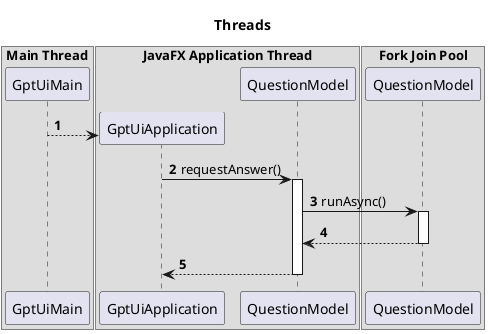
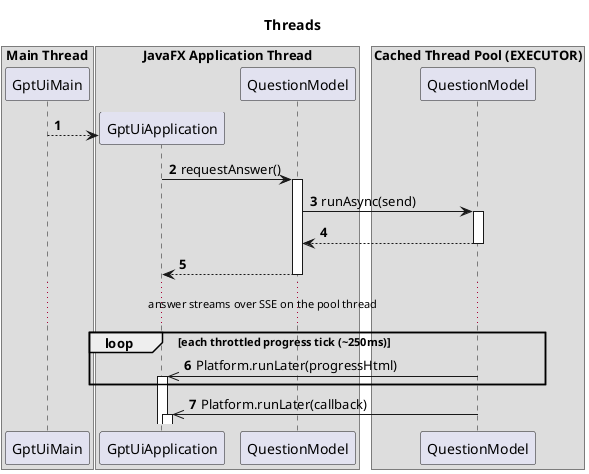
@startuml
title Threads

autonumber
autoactivate on

box Main Thread
participant GptUiMain
end box

box JavaFX Application Thread
participant GptUiApplication
participant QuestionModel as QuestionModelFx
end box

- box Fork Join Pool
+ box Cached Thread Pool (EXECUTOR)
participant QuestionModel as QuestionModelPool
end box

GptUiMain --> GptUiApplication **
GptUiApplication -> QuestionModelFx: requestAnswer()
- QuestionModelFx -> QuestionModelPool: runAsync()
+ QuestionModelFx -> QuestionModelPool: runAsync(send)
QuestionModelFx <-- QuestionModelPool
GptUiApplication <-- QuestionModelFx

+ ...answer streams over SSE on the pool thread...
+ loop each throttled progress tick (~250ms)
+ QuestionModelPool ->> GptUiApplication: Platform.runLater(progressHtml)
+ end

- @enduml+ QuestionModelPool ->> GptUiApplication: Platform.runLater(callback)
+ 
+ @enduml
